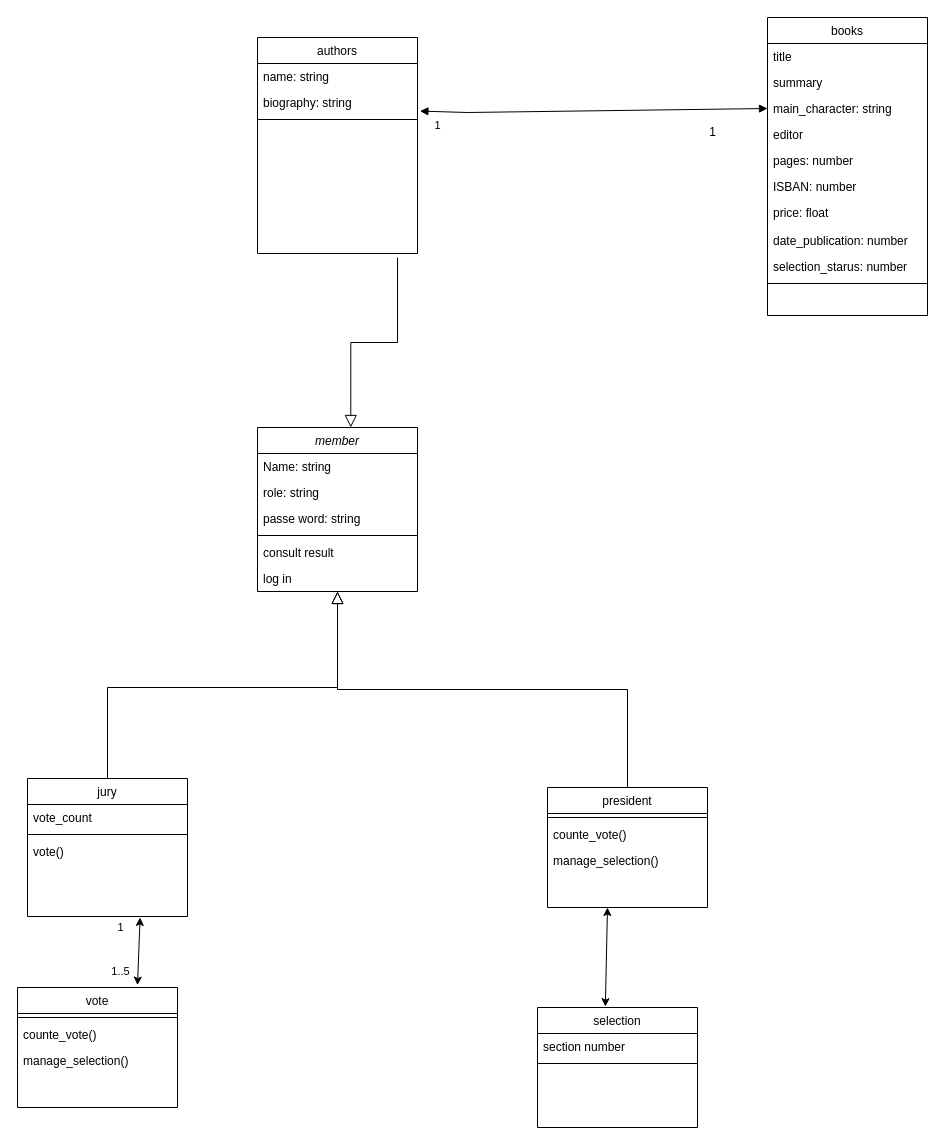
Above: prix_goncourt/Diagramme sans nom.drawio in SHATAJV/prix_goncourt- (draw.io), before the change. Source tidied: cells renumbered, new cells numbered last; positions are measured from the earlier drawing's top-left corner, leaving out a move shared by most shapes. Both pictures are drawn from the tidied source at 100%, with x=0, y=0 at pixel (17, 17).
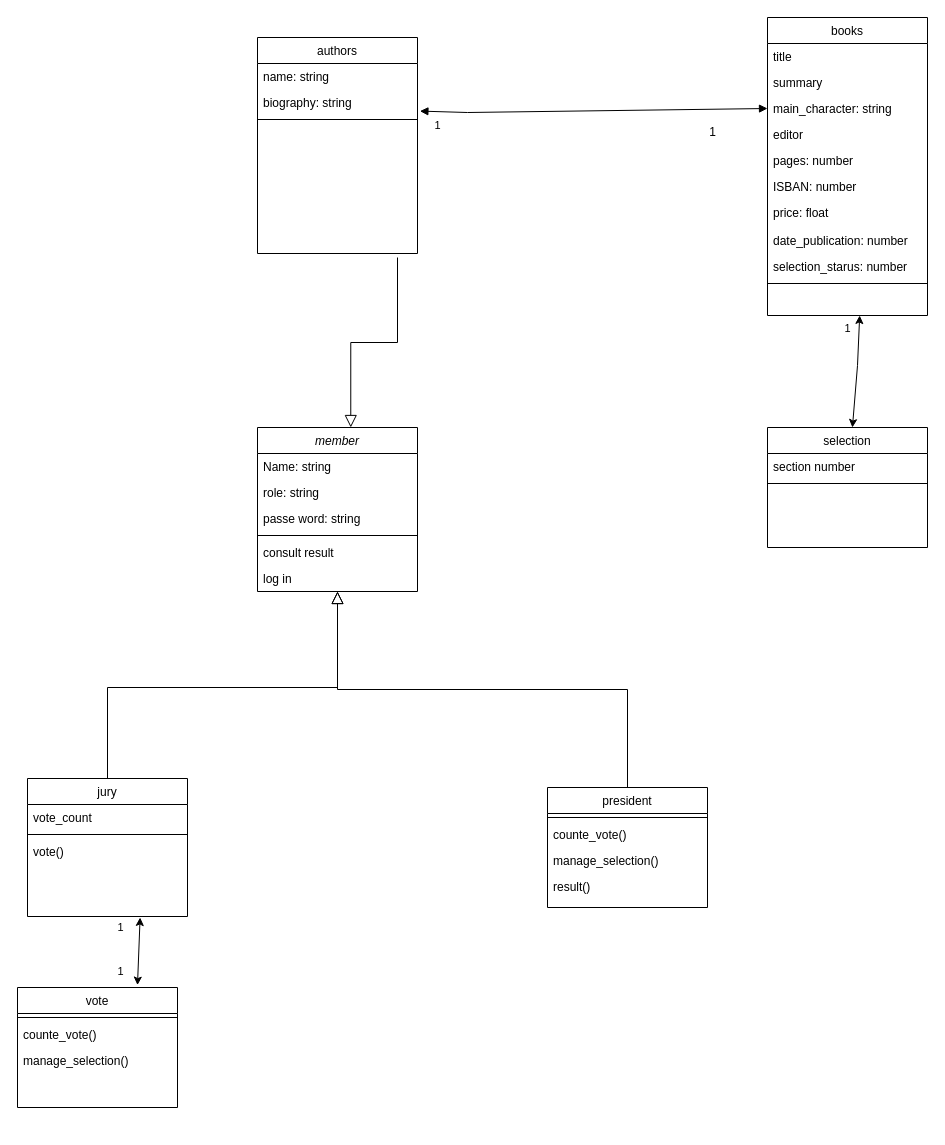
The same diagram, later.

Commit message:
Mettre à jour Diagramme sans nom.drawio

Unchanged cells that the change refers to:
```xml
<mxCell id="14" value="president" style="swimlane;fontStyle=0;align=center;verticalAlign=top;horizontal=1;startSize=26;rounded=0;shadow=0;strokeWidth=1;" parent="1" vertex="1">
  <mxGeometry x="530" y="770" width="160" height="120" as="geometry" />
</mxCell>
<mxCell id="42" style="endArrow=classic;startArrow=classic;html=1;rounded=0;exitX=0.609;exitY=-0.02;exitDx=0;exitDy=0;exitPerimeter=0;" parent="1" edge="1">
  <mxGeometry relative="1" as="geometry">
    <mxPoint x="120" y="967.6" as="sourcePoint" />
    <mxPoint x="122.6" y="900" as="targetPoint" />
  </mxGeometry>
</mxCell>
```

Change to the diagram source:
```diff
@@
+    <mxCell id="49" value="result()" style="text;align=left;verticalAlign=top;spacingLeft=4;spacingRight=4;overflow=hidden;rounded=0;shadow=0;html=0;" parent="14" vertex="1">
+      <mxGeometry y="86" width="160" height="26" as="geometry" />
+    </mxCell>
@@
-    <mxCell id="44" value="1..5" style="edgeLabel;html=1;align=center;verticalAlign=middle;" parent="42" vertex="1">
+    <mxCell id="44" value="1" style="edgeLabel;html=1;align=center;verticalAlign=middle;" parent="42" vertex="1">
       <mxGeometry x="-0.58" y="3" relative="1" as="geometry">
         <mxPoint x="-15" as="offset" />
       </mxGeometry>
     </mxCell>
+    <mxCell id="48" style="endArrow=classic;startArrow=classic;html=1;rounded=0;" parent="1" edge="1" source="45">
+      <mxGeometry relative="1" as="geometry">
+        <mxPoint x="842.2" y="298" as="targetPoint" />
+        <Array as="points">
+          <mxPoint x="840" y="348" />
+        </Array>
+      </mxGeometry>
+    </mxCell>
+    <mxCell id="50" value="1" style="edgeLabel;html=1;align=center;verticalAlign=middle;" parent="48" vertex="1">
+      <mxGeometry x="0.78" y="2" relative="1" as="geometry">
+        <mxPoint x="-10" as="offset" />
+      </mxGeometry>
+    </mxCell>
     <mxCell id="45" value="selection" style="swimlane;fontStyle=0;align=center;verticalAlign=top;horizontal=1;startSize=26;rounded=0;shadow=0;strokeWidth=1;" parent="1" vertex="1">
-      <mxGeometry x="520" y="990" width="160" height="120" as="geometry" />
+      <mxGeometry x="750" y="410" width="160" height="120" as="geometry" />
     </mxCell>
@@
-    <mxCell id="48" style="endArrow=classic;startArrow=classic;html=1;rounded=0;exitX=0.424;exitY=-0.007;exitDx=0;exitDy=0;exitPerimeter=0;" parent="1" edge="1" source="45">
-      <mxGeometry relative="1" as="geometry">
-        <mxPoint x="590" y="890" as="targetPoint" />
-      </mxGeometry>
-    </mxCell>
```
